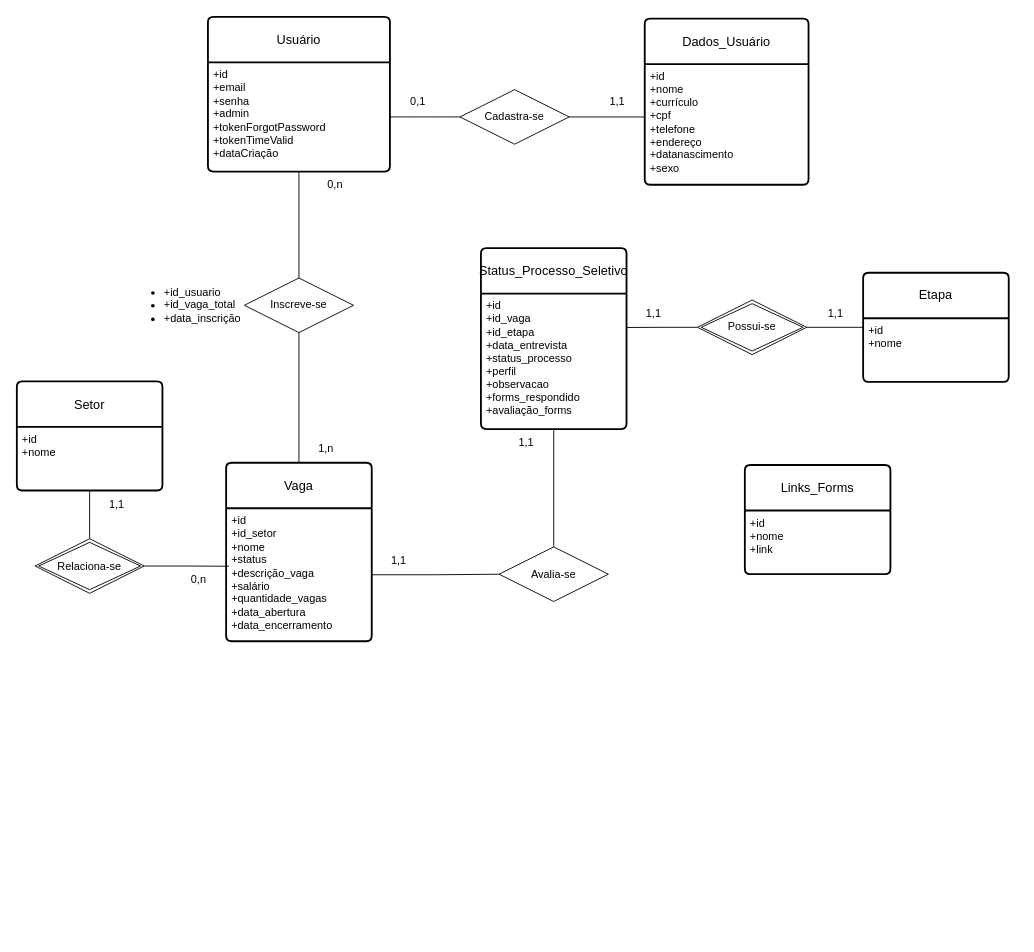
ExtraProjects860/Project-Selection-Process-Control keeps this draw.io diagram as Diagrama Modelo Relacional.drawio. Above is the earlier version. Source tidied: cells renumbered, new cells numbered last; positions are measured from the earlier drawing's top-left corner, leaving out a move shared by most shapes. Both pictures are drawn from the tidied source at 91%, with x=0, y=0 at pixel (16, 16).
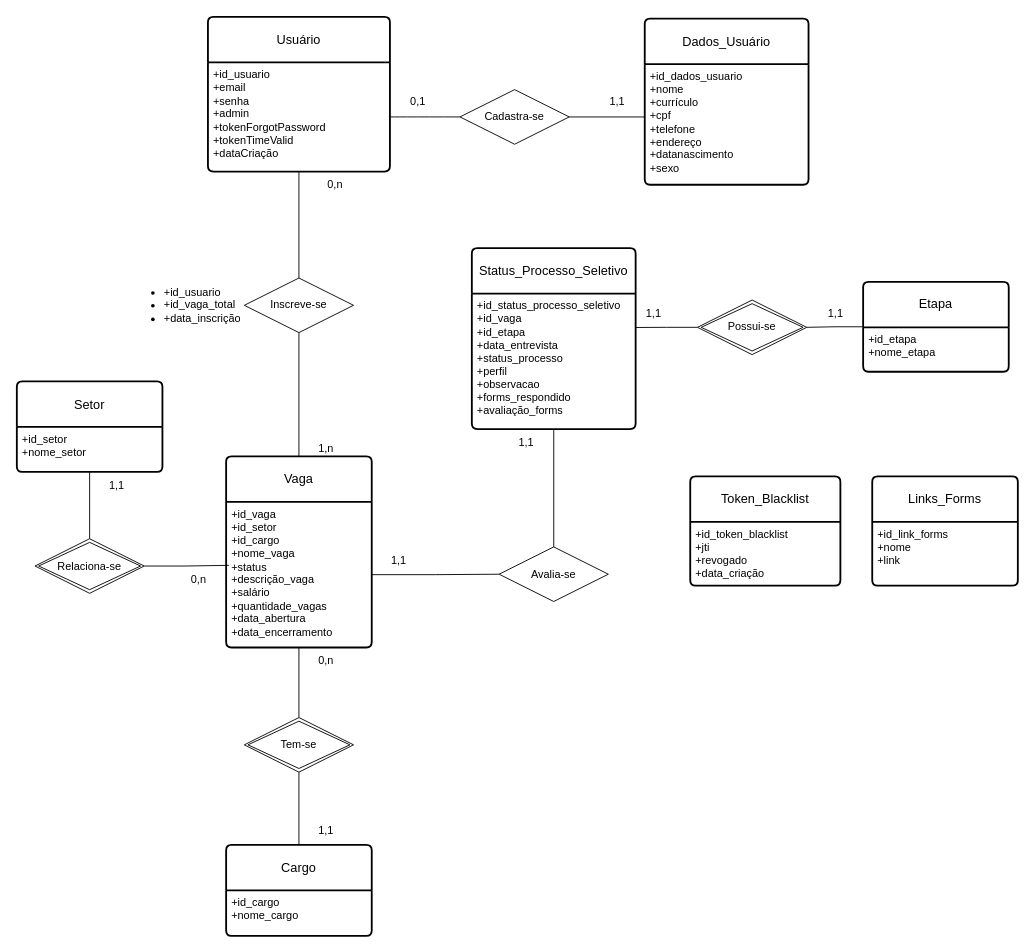
The same diagram, later.

Unchanged cells that the change refers to:
```xml
<mxCell id="2" value="Usuário" style="swimlane;horizontal=1;startSize=50;rounded=1;fontSize=14;fontStyle=0;strokeWidth=2;shadow=0;dashed=0;align=center;arcSize=4;whiteSpace=wrap;html=1;" parent="1" vertex="1">
  <mxGeometry x="210" width="200" height="170" as="geometry" />
</mxCell>
<mxCell id="4" value="Dados_Usuário" style="swimlane;horizontal=1;startSize=50;rounded=1;fontSize=14;fontStyle=0;strokeWidth=2;shadow=0;dashed=0;align=center;arcSize=4;whiteSpace=wrap;html=1;" parent="1" vertex="1">
  <mxGeometry x="690" y="2" width="180" height="182.5" as="geometry" />
</mxCell>
```

The edit, as a diff of the source:
```diff
@@
-    <mxCell id="3" value="+id&lt;br&gt;+email&lt;br&gt;+senha&lt;div&gt;+admin&lt;/div&gt;&lt;div&gt;+tokenForgotPassword&lt;/div&gt;&lt;div&gt;+tokenTimeValid&lt;/div&gt;&lt;div&gt;+dataCriação&lt;/div&gt;" style="align=left;strokeColor=none;fillColor=none;spacingLeft=4;fontSize=12;verticalAlign=top;html=1;" parent="2" vertex="1">
+    <mxCell id="3" value="+id_usuario&lt;br&gt;+email&lt;br&gt;+senha&lt;div&gt;+admin&lt;/div&gt;&lt;div&gt;+tokenForgotPassword&lt;/div&gt;&lt;div&gt;+tokenTimeValid&lt;/div&gt;&lt;div&gt;+dataCriação&lt;/div&gt;" style="align=left;strokeColor=none;fillColor=none;spacingLeft=4;fontSize=12;verticalAlign=top;html=1;" parent="2" vertex="1">
       <mxGeometry y="50" width="200" height="120" as="geometry" />
     </mxCell>
@@
-    <mxCell id="5" value="&lt;div&gt;+id&lt;/div&gt;+nome&lt;div&gt;+currículo&lt;br&gt;&lt;div&gt;+cpf&lt;br&gt;&lt;div&gt;+telefone&lt;/div&gt;&lt;div&gt;+endereço&lt;/div&gt;&lt;div&gt;+datanascimento&lt;/div&gt;&lt;/div&gt;&lt;div&gt;+sexo&lt;/div&gt;&lt;/div&gt;" style="align=left;strokeColor=none;fillColor=none;spacingLeft=4;fontSize=12;verticalAlign=top;html=1;" parent="4" vertex="1">
+    <mxCell id="5" value="&lt;div&gt;+id_dados_usuario&lt;/div&gt;+nome&lt;div&gt;+currículo&lt;br&gt;&lt;div&gt;+cpf&lt;br&gt;&lt;div&gt;+telefone&lt;/div&gt;&lt;div&gt;+endereço&lt;/div&gt;&lt;div&gt;+datanascimento&lt;/div&gt;&lt;/div&gt;&lt;div&gt;+sexo&lt;/div&gt;&lt;/div&gt;" style="align=left;strokeColor=none;fillColor=none;spacingLeft=4;fontSize=12;verticalAlign=top;html=1;" parent="4" vertex="1">
       <mxGeometry y="50" width="180" height="132.5" as="geometry" />
     </mxCell>
     <mxCell id="6" value="Setor" style="swimlane;horizontal=1;startSize=50;rounded=1;fontSize=14;fontStyle=0;strokeWidth=2;shadow=0;dashed=0;align=center;arcSize=4;whiteSpace=wrap;html=1;" parent="1" vertex="1">
-      <mxGeometry y="400.5" width="160" height="120" as="geometry" />
+      <mxGeometry y="400.5" width="160" height="99.5" as="geometry" />
     </mxCell>
-    <mxCell id="7" value="+id&lt;br&gt;&lt;div&gt;+nome&lt;/div&gt;" style="align=left;strokeColor=none;fillColor=none;spacingLeft=4;fontSize=12;verticalAlign=top;html=1;" parent="6" vertex="1">
-      <mxGeometry y="50" width="160" height="70" as="geometry" />
+    <mxCell id="7" value="+id_setor&lt;br&gt;&lt;div&gt;+nome_setor&lt;/div&gt;" style="align=left;strokeColor=none;fillColor=none;spacingLeft=4;fontSize=12;verticalAlign=top;html=1;" parent="6" vertex="1">
+      <mxGeometry y="50" width="160" height="49.5" as="geometry" />
     </mxCell>
     <mxCell id="8" value="Status_Processo_Seletivo" style="swimlane;horizontal=1;startSize=50;rounded=1;fontSize=14;fontStyle=0;strokeWidth=2;shadow=0;dashed=0;align=center;arcSize=4;whiteSpace=wrap;html=1;" parent="1" vertex="1">
-      <mxGeometry x="510" y="254.2" width="160" height="198.8" as="geometry" />
+      <mxGeometry x="500" y="254.2" width="180" height="198.8" as="geometry" />
     </mxCell>
-    <mxCell id="9" value="+id&lt;div&gt;+id_vaga&lt;/div&gt;&lt;div&gt;+id_etapa&lt;/div&gt;&lt;div&gt;&lt;span style=&quot;background-color: initial;&quot;&gt;+data_entrevista&lt;/span&gt;&lt;/div&gt;&lt;div&gt;&lt;span style=&quot;background-color: initial;&quot;&gt;+status_processo&lt;/span&gt;&lt;/div&gt;&lt;div&gt;+perfil&lt;/div&gt;&lt;div&gt;+observacao&lt;/div&gt;&lt;div&gt;+forms_respondido&lt;/div&gt;&lt;div&gt;+avaliação_forms&lt;/div&gt;" style="align=left;strokeColor=none;fillColor=none;spacingLeft=4;fontSize=12;verticalAlign=top;html=1;" parent="8" vertex="1">
-      <mxGeometry y="50" width="160" height="148.8" as="geometry" />
+    <mxCell id="9" value="+id_status_processo_seletivo&lt;div&gt;+id_vaga&lt;/div&gt;&lt;div&gt;+id_etapa&lt;/div&gt;&lt;div&gt;&lt;span style=&quot;background-color: initial;&quot;&gt;+data_entrevista&lt;/span&gt;&lt;/div&gt;&lt;div&gt;&lt;span style=&quot;background-color: initial;&quot;&gt;+status_processo&lt;/span&gt;&lt;/div&gt;&lt;div&gt;+perfil&lt;/div&gt;&lt;div&gt;+observacao&lt;/div&gt;&lt;div&gt;+forms_respondido&lt;/div&gt;&lt;div&gt;+avaliação_forms&lt;/div&gt;" style="align=left;strokeColor=none;fillColor=none;spacingLeft=4;fontSize=12;verticalAlign=top;html=1;" parent="8" vertex="1">
+      <mxGeometry y="50" width="180" height="148.8" as="geometry" />
     </mxCell>
@@
     <mxCell id="20" value="1,1" style="text;html=1;align=center;verticalAlign=middle;whiteSpace=wrap;rounded=0;" parent="1" vertex="1">
-      <mxGeometry x="80" y="520.5" width="60" height="30" as="geometry" />
+      <mxGeometry x="80" y="500" width="60" height="30" as="geometry" />
     </mxCell>
@@
     <mxCell id="27" value="Vaga" style="swimlane;horizontal=1;startSize=50;rounded=1;fontSize=14;fontStyle=0;strokeWidth=2;shadow=0;dashed=0;align=center;arcSize=4;whiteSpace=wrap;html=1;" parent="1" vertex="1">
-      <mxGeometry x="230" y="490" width="160" height="196.2" as="geometry" />
+      <mxGeometry x="230" y="483" width="160" height="210" as="geometry" />
     </mxCell>
-    <mxCell id="28" value="&lt;div&gt;+id&lt;/div&gt;&lt;div&gt;+id_setor&lt;/div&gt;&lt;div&gt;+nome&lt;/div&gt;&lt;div&gt;+status&lt;/div&gt;&lt;div&gt;+descrição_vaga&lt;/div&gt;&lt;div&gt;+salário&lt;/div&gt;&lt;div&gt;+quantidade_vagas&lt;/div&gt;&lt;div&gt;+data_abertura&lt;/div&gt;&lt;div&gt;+data_encerramento&lt;/div&gt;" style="align=left;strokeColor=none;fillColor=none;spacingLeft=4;fontSize=12;verticalAlign=top;html=1;" parent="27" vertex="1">
-      <mxGeometry y="50" width="160" height="146.2" as="geometry" />
+    <mxCell id="28" value="&lt;div&gt;+id_vaga&lt;/div&gt;&lt;div&gt;+id_setor&lt;/div&gt;&lt;div&gt;+id_cargo&lt;/div&gt;&lt;div&gt;+nome_vaga&lt;/div&gt;&lt;div&gt;+status&lt;/div&gt;&lt;div&gt;+descrição_vaga&lt;/div&gt;&lt;div&gt;+salário&lt;/div&gt;&lt;div&gt;+quantidade_vagas&lt;/div&gt;&lt;div&gt;+data_abertura&lt;/div&gt;&lt;div&gt;+data_encerramento&lt;/div&gt;" style="align=left;strokeColor=none;fillColor=none;spacingLeft=4;fontSize=12;verticalAlign=top;html=1;" parent="27" vertex="1">
+      <mxGeometry y="50" width="160" height="160" as="geometry" />
     </mxCell>
@@
     <mxCell id="35" value="Etapa" style="swimlane;horizontal=1;startSize=50;rounded=1;fontSize=14;fontStyle=0;strokeWidth=2;shadow=0;dashed=0;align=center;arcSize=4;whiteSpace=wrap;html=1;" parent="1" vertex="1">
-      <mxGeometry x="930" y="281.2" width="160" height="120" as="geometry" />
+      <mxGeometry x="930" y="291.2" width="160" height="98.8" as="geometry" />
     </mxCell>
-    <mxCell id="36" value="+id&lt;br&gt;+nome&lt;div&gt;&lt;br&gt;&lt;/div&gt;" style="align=left;strokeColor=none;fillColor=none;spacingLeft=4;fontSize=12;verticalAlign=top;html=1;" parent="35" vertex="1">
-      <mxGeometry y="50" width="160" height="70" as="geometry" />
+    <mxCell id="36" value="+id_etapa&lt;br&gt;+nome_etapa&lt;div&gt;&lt;br&gt;&lt;/div&gt;" style="align=left;strokeColor=none;fillColor=none;spacingLeft=4;fontSize=12;verticalAlign=top;html=1;" parent="35" vertex="1">
+      <mxGeometry y="50" width="160" height="48.8" as="geometry" />
     </mxCell>
@@
     <mxCell id="40" value="Links_Forms" style="swimlane;horizontal=1;startSize=50;rounded=1;fontSize=14;fontStyle=0;strokeWidth=2;shadow=0;dashed=0;align=center;arcSize=4;whiteSpace=wrap;html=1;" parent="1" vertex="1">
-      <mxGeometry x="800" y="492.5" width="160" height="120" as="geometry" />
+      <mxGeometry x="940" y="505" width="160" height="120" as="geometry" />
     </mxCell>
-    <mxCell id="41" value="+id&lt;div&gt;+nome&lt;/div&gt;&lt;div&gt;+link&lt;br&gt;&lt;div&gt;&lt;br&gt;&lt;/div&gt;&lt;/div&gt;" style="align=left;strokeColor=none;fillColor=none;spacingLeft=4;fontSize=12;verticalAlign=top;html=1;" parent="40" vertex="1">
+    <mxCell id="41" value="+id_link_forms&lt;div&gt;+nome&lt;/div&gt;&lt;div&gt;+link&lt;br&gt;&lt;div&gt;&lt;br&gt;&lt;/div&gt;&lt;/div&gt;" style="align=left;strokeColor=none;fillColor=none;spacingLeft=4;fontSize=12;verticalAlign=top;html=1;" parent="40" vertex="1">
       <mxGeometry y="50" width="160" height="70" as="geometry" />
     </mxCell>
+    <mxCell id="42" value="Cargo" style="swimlane;horizontal=1;startSize=50;rounded=1;fontSize=14;fontStyle=0;strokeWidth=2;shadow=0;dashed=0;align=center;arcSize=4;whiteSpace=wrap;html=1;" parent="1" vertex="1">
+      <mxGeometry x="230" y="910" width="160" height="100" as="geometry" />
+    </mxCell>
+    <mxCell id="43" value="+id_cargo&lt;br&gt;+nome_cargo" style="align=left;strokeColor=none;fillColor=none;spacingLeft=4;fontSize=12;verticalAlign=top;html=1;" parent="42" vertex="1">
+      <mxGeometry y="50" width="160" height="50" as="geometry" />
+    </mxCell>
+    <mxCell id="44" style="edgeStyle=orthogonalEdgeStyle;rounded=0;jettySize=auto;html=1;entryX=0.5;entryY=1;entryDx=0;entryDy=0;endArrow=none;endFill=0;" parent="1" edge="1" source="46" target="28">
+      <mxGeometry relative="1" as="geometry" />
+    </mxCell>
+    <mxCell id="45" style="edgeStyle=orthogonalEdgeStyle;rounded=0;jettySize=auto;html=1;endArrow=none;endFill=0;" parent="1" edge="1" source="46" target="42">
+      <mxGeometry relative="1" as="geometry" />
+    </mxCell>
+    <mxCell id="46" value="Tem-se" style="shape=rhombus;double=1;perimeter=rhombusPerimeter;whiteSpace=wrap;html=1;align=center;" parent="1" vertex="1">
+      <mxGeometry x="250" y="770" width="120" height="60" as="geometry" />
+    </mxCell>
+    <mxCell id="47" value="0,n" style="text;html=1;align=center;verticalAlign=middle;whiteSpace=wrap;rounded=0;" parent="1" vertex="1">
+      <mxGeometry x="310" y="693" width="60" height="30" as="geometry" />
+    </mxCell>
+    <mxCell id="48" value="1,1" style="text;html=1;align=center;verticalAlign=middle;whiteSpace=wrap;rounded=0;" parent="1" vertex="1">
+      <mxGeometry x="310" y="880" width="60" height="30" as="geometry" />
+    </mxCell>
+    <mxCell id="49" value="Token_Blacklist" style="swimlane;horizontal=1;startSize=50;rounded=1;fontSize=14;fontStyle=0;strokeWidth=2;shadow=0;dashed=0;align=center;arcSize=4;whiteSpace=wrap;html=1;" parent="1" vertex="1">
+      <mxGeometry x="740" y="505" width="165" height="120" as="geometry" />
+    </mxCell>
+    <mxCell id="50" value="+id_token_blacklist&lt;div&gt;+jti&lt;/div&gt;&lt;div&gt;+revogado&lt;br&gt;&lt;div&gt;+data_criação&lt;/div&gt;&lt;/div&gt;" style="align=left;strokeColor=none;fillColor=none;spacingLeft=4;fontSize=12;verticalAlign=top;html=1;" parent="49" vertex="1">
+      <mxGeometry y="50" width="165" height="70" as="geometry" />
+    </mxCell>
```
